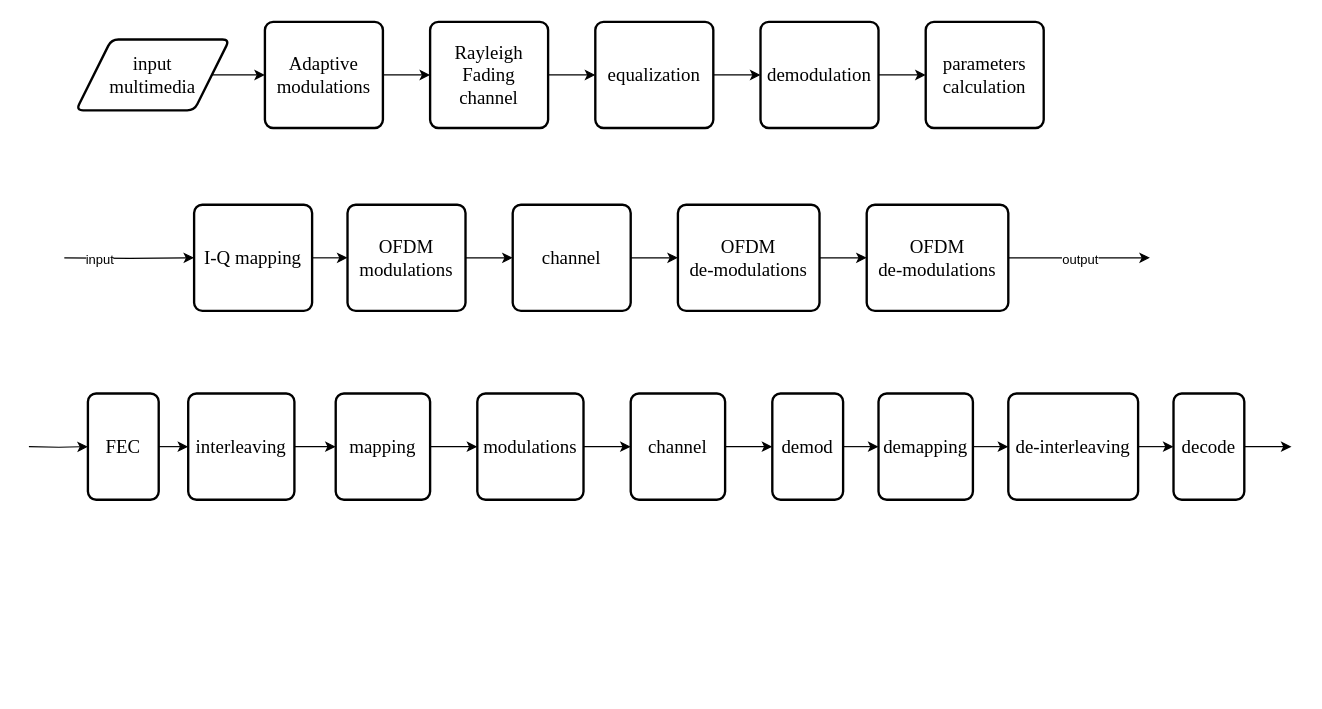
The draw.io diagram page "new" (6 of 6) of mod.drawio in troders34/research, before the edit. Source tidied: cells renumbered, new cells numbered last; positions are measured from the earlier drawing's top-left corner, leaving out a move shared by most shapes. Both pictures are drawn from the tidied source at 118%, with x=0, y=0 at pixel (28, 21).
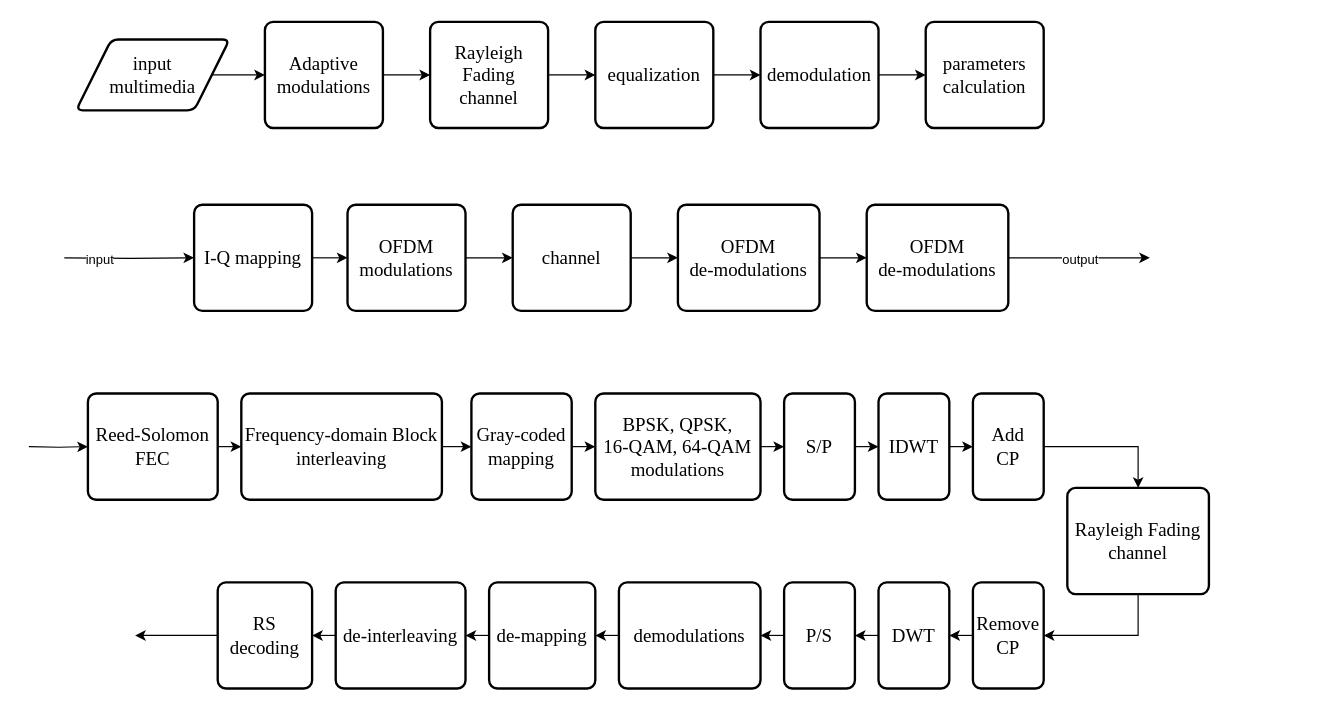
The same diagram, later.

Diff of the diagram source:
```diff
@@
-    <mxCell id="27" value="FEC" style="rounded=1;whiteSpace=wrap;html=1;absoluteArcSize=1;arcSize=14;strokeWidth=2;fontFamily=Times New Roman;fontSize=16;" parent="1" vertex="1">
-      <mxGeometry x="50" y="315" width="60" height="90" as="geometry" />
+    <mxCell id="27" value="&lt;div&gt;Reed-Solomon&lt;/div&gt;&lt;div&gt;FEC&lt;/div&gt;" style="rounded=1;whiteSpace=wrap;html=1;absoluteArcSize=1;arcSize=14;strokeWidth=2;fontFamily=Times New Roman;fontSize=16;" parent="1" vertex="1">
+      <mxGeometry x="50" y="315" width="110" height="90" as="geometry" />
     </mxCell>
@@
-    <mxCell id="29" value="interleaving" style="rounded=1;whiteSpace=wrap;html=1;absoluteArcSize=1;arcSize=14;strokeWidth=2;fontFamily=Times New Roman;fontSize=16;" parent="1" vertex="1">
-      <mxGeometry x="135" y="315" width="90" height="90" as="geometry" />
+    <mxCell id="29" value="&lt;div&gt;Frequency-domain Block&lt;/div&gt;interleaving" style="rounded=1;whiteSpace=wrap;html=1;absoluteArcSize=1;arcSize=14;strokeWidth=2;fontFamily=Times New Roman;fontSize=16;" parent="1" vertex="1">
+      <mxGeometry x="180" y="315" width="170" height="90" as="geometry" />
     </mxCell>
@@
-    <mxCell id="31" value="mapping" style="rounded=1;whiteSpace=wrap;html=1;absoluteArcSize=1;arcSize=14;strokeWidth=2;fontFamily=Times New Roman;fontSize=16;" parent="1" vertex="1">
-      <mxGeometry x="260" y="315" width="80" height="90" as="geometry" />
+    <mxCell id="31" value="Gray-coded&lt;div&gt;mapping&lt;/div&gt;" style="rounded=1;whiteSpace=wrap;html=1;absoluteArcSize=1;arcSize=14;strokeWidth=2;fontFamily=Times New Roman;fontSize=16;" parent="1" vertex="1">
+      <mxGeometry x="375" y="315" width="85" height="90" as="geometry" />
     </mxCell>
-    <mxCell id="32" style="edgeStyle=orthogonalEdgeStyle;rounded=0;jettySize=auto;html=1;exitX=1;exitY=0.5;exitDx=0;exitDy=0;entryX=0;entryY=0.5;entryDx=0;entryDy=0;" parent="1" edge="1" source="33" target="35">
-      <mxGeometry relative="1" as="geometry" />
-    </mxCell>
+    <mxCell id="45" style="edgeStyle=orthogonalEdgeStyle;rounded=0;jettySize=auto;html=1;exitX=1;exitY=0.5;exitDx=0;exitDy=0;entryX=0;entryY=0.5;entryDx=0;entryDy=0;" parent="1" edge="1" source="33" target="48">
+      <mxGeometry relative="1" as="geometry" />
+    </mxCell>
-    <mxCell id="33" value="modulations" style="rounded=1;whiteSpace=wrap;html=1;absoluteArcSize=1;arcSize=14;strokeWidth=2;fontFamily=Times New Roman;fontSize=16;" parent="1" vertex="1">
-      <mxGeometry x="380" y="315" width="90" height="90" as="geometry" />
+    <mxCell id="33" value="&lt;div&gt;BPSK, QPSK,&lt;/div&gt;&lt;div&gt;16-QAM, 64-QAM&lt;/div&gt;modulations" style="rounded=1;whiteSpace=wrap;html=1;absoluteArcSize=1;arcSize=14;strokeWidth=2;fontFamily=Times New Roman;fontSize=16;" parent="1" vertex="1">
+      <mxGeometry x="480" y="315" width="140" height="90" as="geometry" />
     </mxCell>
-    <mxCell id="34" style="edgeStyle=orthogonalEdgeStyle;rounded=0;jettySize=auto;html=1;exitX=1;exitY=0.5;exitDx=0;exitDy=0;entryX=0;entryY=0.5;entryDx=0;entryDy=0;" parent="1" edge="1" source="35" target="37">
-      <mxGeometry relative="1" as="geometry" />
-    </mxCell>
+    <mxCell id="46" style="edgeStyle=orthogonalEdgeStyle;rounded=0;jettySize=auto;html=1;exitX=0.5;exitY=1;exitDx=0;exitDy=0;entryX=1;entryY=0.5;entryDx=0;entryDy=0;" parent="1" edge="1" source="35" target="54">
+      <mxGeometry relative="1" as="geometry" />
+    </mxCell>
-    <mxCell id="35" value="channel" style="rounded=1;whiteSpace=wrap;html=1;absoluteArcSize=1;arcSize=14;strokeWidth=2;fontFamily=Times New Roman;fontSize=16;" parent="1" vertex="1">
-      <mxGeometry x="510" y="315" width="80" height="90" as="geometry" />
+    <mxCell id="35" value="&lt;div&gt;Rayleigh Fading&lt;/div&gt;channel" style="rounded=1;whiteSpace=wrap;html=1;absoluteArcSize=1;arcSize=14;strokeWidth=2;fontFamily=Times New Roman;fontSize=16;" parent="1" vertex="1">
+      <mxGeometry x="880" y="395" width="120" height="90" as="geometry" />
     </mxCell>
-    <mxCell id="36" style="edgeStyle=orthogonalEdgeStyle;rounded=0;jettySize=auto;html=1;exitX=1;exitY=0.5;exitDx=0;exitDy=0;entryX=0;entryY=0.5;entryDx=0;entryDy=0;" parent="1" edge="1" source="37" target="39">
-      <mxGeometry relative="1" as="geometry" />
-    </mxCell>
-    <mxCell id="37" value="demod" style="rounded=1;whiteSpace=wrap;html=1;absoluteArcSize=1;arcSize=14;strokeWidth=2;fontFamily=Times New Roman;fontSize=16;" parent="1" vertex="1">
-      <mxGeometry x="630" y="315" width="60" height="90" as="geometry" />
-    </mxCell>
-    <mxCell id="38" style="edgeStyle=orthogonalEdgeStyle;rounded=0;jettySize=auto;html=1;exitX=1;exitY=0.5;exitDx=0;exitDy=0;entryX=0;entryY=0.5;entryDx=0;entryDy=0;" parent="1" edge="1" source="39" target="42">
-      <mxGeometry relative="1" as="geometry" />
-    </mxCell>
-    <mxCell id="39" value="demapping" style="rounded=1;whiteSpace=wrap;html=1;absoluteArcSize=1;arcSize=14;strokeWidth=2;fontFamily=Times New Roman;fontSize=16;" parent="1" vertex="1">
-      <mxGeometry x="720" y="315" width="80" height="90" as="geometry" />
-    </mxCell>
@@
-    <mxCell id="41" style="edgeStyle=orthogonalEdgeStyle;rounded=0;jettySize=auto;html=1;exitX=1;exitY=0.5;exitDx=0;exitDy=0;entryX=0;entryY=0.5;entryDx=0;entryDy=0;" parent="1" edge="1" source="42" target="44">
-      <mxGeometry relative="1" as="geometry" />
-    </mxCell>
+    <mxCell id="47" style="edgeStyle=orthogonalEdgeStyle;rounded=0;jettySize=auto;html=1;exitX=1;exitY=0.5;exitDx=0;exitDy=0;entryX=0;entryY=0.5;entryDx=0;entryDy=0;" parent="1" edge="1" source="48" target="50">
+      <mxGeometry relative="1" as="geometry" />
+    </mxCell>
+    <mxCell id="48" value="S/P" style="rounded=1;whiteSpace=wrap;html=1;absoluteArcSize=1;arcSize=14;strokeWidth=2;fontFamily=Times New Roman;fontSize=16;" parent="1" vertex="1">
+      <mxGeometry x="640" y="315" width="60" height="90" as="geometry" />
+    </mxCell>
+    <mxCell id="49" style="edgeStyle=orthogonalEdgeStyle;rounded=0;jettySize=auto;html=1;exitX=1;exitY=0.5;exitDx=0;exitDy=0;entryX=0;entryY=0.5;entryDx=0;entryDy=0;" parent="1" edge="1" source="50" target="52">
+      <mxGeometry relative="1" as="geometry" />
+    </mxCell>
+    <mxCell id="50" value="IDWT" style="rounded=1;whiteSpace=wrap;html=1;absoluteArcSize=1;arcSize=14;strokeWidth=2;fontFamily=Times New Roman;fontSize=16;" parent="1" vertex="1">
+      <mxGeometry x="720" y="315" width="60" height="90" as="geometry" />
+    </mxCell>
+    <mxCell id="51" style="edgeStyle=orthogonalEdgeStyle;rounded=0;jettySize=auto;html=1;exitX=1;exitY=0.5;exitDx=0;exitDy=0;entryX=0.5;entryY=0;entryDx=0;entryDy=0;" parent="1" edge="1" source="52" target="35">
+      <mxGeometry relative="1" as="geometry" />
+    </mxCell>
+    <mxCell id="52" value="Add&lt;div&gt;CP&lt;/div&gt;" style="rounded=1;whiteSpace=wrap;html=1;absoluteArcSize=1;arcSize=14;strokeWidth=2;fontFamily=Times New Roman;fontSize=16;" parent="1" vertex="1">
+      <mxGeometry x="800" y="315" width="60" height="90" as="geometry" />
+    </mxCell>
+    <mxCell id="53" style="edgeStyle=orthogonalEdgeStyle;rounded=0;jettySize=auto;html=1;exitX=0;exitY=0.5;exitDx=0;exitDy=0;entryX=1;entryY=0.5;entryDx=0;entryDy=0;" parent="1" edge="1" source="54" target="56">
+      <mxGeometry relative="1" as="geometry" />
+    </mxCell>
+    <mxCell id="54" value="Remove&lt;div&gt;CP&lt;/div&gt;" style="rounded=1;whiteSpace=wrap;html=1;absoluteArcSize=1;arcSize=14;strokeWidth=2;fontFamily=Times New Roman;fontSize=16;" parent="1" vertex="1">
+      <mxGeometry x="800" y="475" width="60" height="90" as="geometry" />
+    </mxCell>
+    <mxCell id="55" style="edgeStyle=orthogonalEdgeStyle;rounded=0;jettySize=auto;html=1;exitX=0;exitY=0.5;exitDx=0;exitDy=0;entryX=1;entryY=0.5;entryDx=0;entryDy=0;" parent="1" edge="1" source="56" target="58">
+      <mxGeometry relative="1" as="geometry" />
+    </mxCell>
+    <mxCell id="56" value="DWT" style="rounded=1;whiteSpace=wrap;html=1;absoluteArcSize=1;arcSize=14;strokeWidth=2;fontFamily=Times New Roman;fontSize=16;" parent="1" vertex="1">
+      <mxGeometry x="720" y="475" width="60" height="90" as="geometry" />
+    </mxCell>
+    <mxCell id="57" style="edgeStyle=orthogonalEdgeStyle;rounded=0;jettySize=auto;html=1;exitX=0;exitY=0.5;exitDx=0;exitDy=0;entryX=1;entryY=0.5;entryDx=0;entryDy=0;" parent="1" edge="1" source="58" target="60">
+      <mxGeometry relative="1" as="geometry" />
+    </mxCell>
+    <mxCell id="58" value="P/S" style="rounded=1;whiteSpace=wrap;html=1;absoluteArcSize=1;arcSize=14;strokeWidth=2;fontFamily=Times New Roman;fontSize=16;" parent="1" vertex="1">
+      <mxGeometry x="640" y="475" width="60" height="90" as="geometry" />
+    </mxCell>
+    <mxCell id="59" style="edgeStyle=orthogonalEdgeStyle;rounded=0;jettySize=auto;html=1;exitX=0;exitY=0.5;exitDx=0;exitDy=0;entryX=1;entryY=0.5;entryDx=0;entryDy=0;" parent="1" edge="1" source="60" target="62">
+      <mxGeometry relative="1" as="geometry" />
+    </mxCell>
+    <mxCell id="60" value="demodulations" style="rounded=1;whiteSpace=wrap;html=1;absoluteArcSize=1;arcSize=14;strokeWidth=2;fontFamily=Times New Roman;fontSize=16;" parent="1" vertex="1">
+      <mxGeometry x="500" y="475" width="120" height="90" as="geometry" />
+    </mxCell>
+    <mxCell id="61" style="edgeStyle=orthogonalEdgeStyle;rounded=0;jettySize=auto;html=1;exitX=0;exitY=0.5;exitDx=0;exitDy=0;entryX=1;entryY=0.5;entryDx=0;entryDy=0;" parent="1" edge="1" source="62" target="42">
+      <mxGeometry relative="1" as="geometry" />
+    </mxCell>
+    <mxCell id="62" value="de-mapping" style="rounded=1;whiteSpace=wrap;html=1;absoluteArcSize=1;arcSize=14;strokeWidth=2;fontFamily=Times New Roman;fontSize=16;" parent="1" vertex="1">
+      <mxGeometry x="390" y="475" width="90" height="90" as="geometry" />
+    </mxCell>
+    <mxCell id="63" style="edgeStyle=orthogonalEdgeStyle;rounded=0;jettySize=auto;html=1;exitX=0;exitY=0.5;exitDx=0;exitDy=0;entryX=1;entryY=0.5;entryDx=0;entryDy=0;" parent="1" edge="1" source="42" target="65">
+      <mxGeometry relative="1" as="geometry" />
+    </mxCell>
     <mxCell id="42" value="de-interleaving" style="rounded=1;whiteSpace=wrap;html=1;absoluteArcSize=1;arcSize=14;strokeWidth=2;fontFamily=Times New Roman;fontSize=16;" parent="1" vertex="1">
-      <mxGeometry x="830" y="315" width="110" height="90" as="geometry" />
+      <mxGeometry x="260" y="475" width="110" height="90" as="geometry" />
     </mxCell>
-    <mxCell id="43" style="edgeStyle=orthogonalEdgeStyle;rounded=0;jettySize=auto;html=1;exitX=1;exitY=0.5;exitDx=0;exitDy=0;" parent="1" edge="1" source="44">
-      <mxGeometry relative="1" as="geometry">
-        <mxPoint x="1070" y="360" as="targetPoint" />
-      </mxGeometry>
-    </mxCell>
-    <mxCell id="44" value="decode" style="rounded=1;whiteSpace=wrap;html=1;absoluteArcSize=1;arcSize=14;strokeWidth=2;fontFamily=Times New Roman;fontSize=16;" parent="1" vertex="1">
-      <mxGeometry x="970" y="315" width="60" height="90" as="geometry" />
-    </mxCell>
+    <mxCell id="64" style="edgeStyle=orthogonalEdgeStyle;rounded=0;jettySize=auto;html=1;exitX=0;exitY=0.5;exitDx=0;exitDy=0;" parent="1" edge="1" source="65">
+      <mxGeometry relative="1" as="geometry">
+        <mxPoint x="90" y="520" as="targetPoint" />
+      </mxGeometry>
+    </mxCell>
+    <mxCell id="65" value="&lt;div&gt;RS&lt;/div&gt;decoding" style="rounded=1;whiteSpace=wrap;html=1;absoluteArcSize=1;arcSize=14;strokeWidth=2;fontFamily=Times New Roman;fontSize=16;" parent="1" vertex="1">
+      <mxGeometry x="160" y="475" width="80" height="90" as="geometry" />
+    </mxCell>
```
